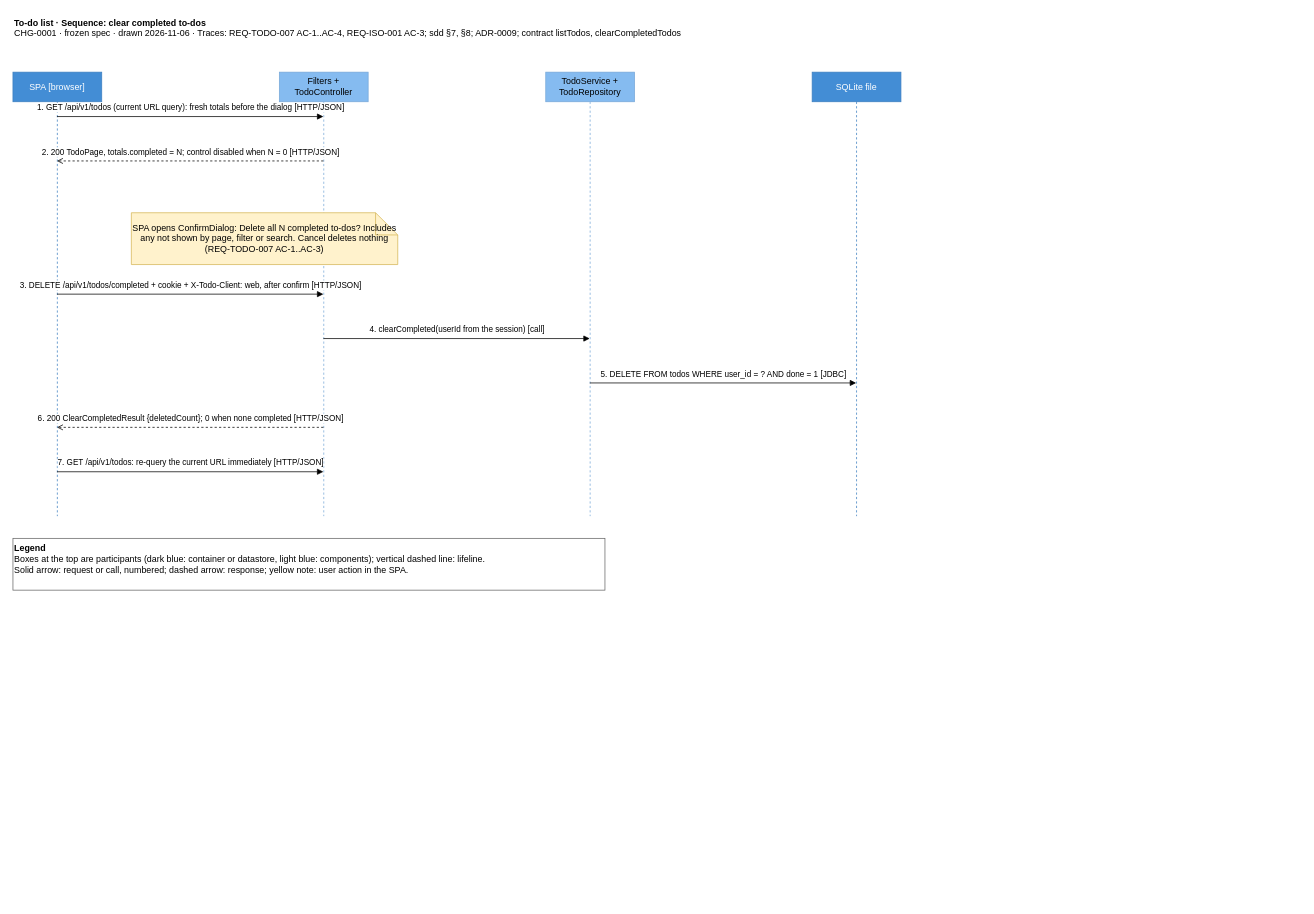
The draw.io diagram docs/specs/CHG-0001/design/architecture/seq-clear-completed.drawio in alokkulkarni/testharness2, before the edit. Source tidied: cells renumbered, new cells numbered last; positions are measured from the earlier drawing's top-left corner, leaving out a move shared by most shapes. Both pictures are drawn from the tidied source at 74%, with x=0, y=0 at pixel (13, 13).
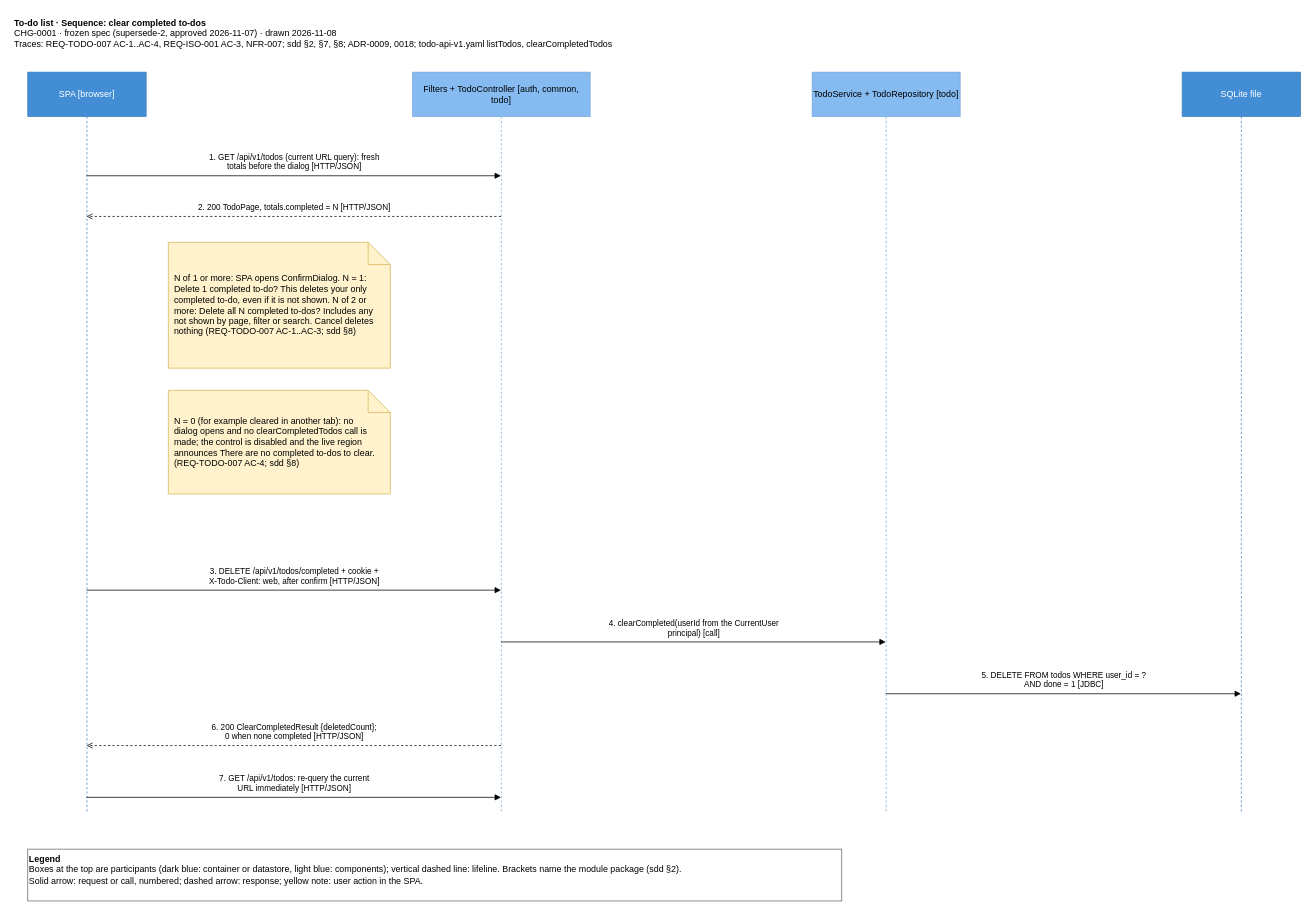
Above is the later version.

Change to the diagram source:
```diff
@@
 <mxGraphModel>
   <root>
     <mxCell id="0" />
     <mxCell id="1" parent="0" />
-    <mxCell id="2" value="&lt;b&gt;To-do list · Sequence: clear completed to-dos&lt;/b&gt;&lt;br&gt;CHG-0001 · frozen spec · drawn 2026-11-06 · Traces: REQ-TODO-007 AC-1..AC-4, REQ-ISO-001 AC-3; sdd §7, §8; ADR-0009; contract listTodos, clearCompletedTodos" style="text;html=1;align=left;verticalAlign=top;whiteSpace=wrap;" parent="1" vertex="1">
-      <mxGeometry width="1200" height="50" as="geometry" />
+    <mxCell id="2" value="&lt;b&gt;To-do list · Sequence: clear completed to-dos&lt;/b&gt;&lt;br&gt;CHG-0001 · frozen spec (supersede-2, approved 2026-11-07) · drawn 2026-11-08&lt;br&gt;Traces: REQ-TODO-007 AC-1..AC-4, REQ-ISO-001 AC-3, NFR-007; sdd §2, §7, §8; ADR-0009, 0018; todo-api-v1.yaml listTodos, clearCompletedTodos" style="text;harness=title;html=1;align=left;verticalAlign=top;whiteSpace=wrap;" parent="1" vertex="1">
+      <mxGeometry width="1200" height="70" as="geometry" />
     </mxCell>
-    <mxCell id="3" value="SPA [browser]" style="shape=umlLifeline;perimeter=lifelinePerimeter;whiteSpace=wrap;html=1;outlineConnect=0;fillColor=#438DD5;strokeColor=#3C7FC0;fontColor=#FFFFFF;" parent="1" vertex="1">
-      <mxGeometry y="80" width="120" height="600" as="geometry" />
+    <mxCell id="3" value="SPA [browser]" style="shape=umlLifeline;perimeter=lifelinePerimeter;whiteSpace=wrap;html=1;outlineConnect=0;size=60;fillColor=#438DD5;strokeColor=#3C7FC0;fontColor=#FFFFFF;" parent="1" vertex="1">
+      <mxGeometry x="20" y="80" width="160" height="1000" as="geometry" />
     </mxCell>
-    <mxCell id="4" value="Filters + TodoController" style="shape=umlLifeline;perimeter=lifelinePerimeter;whiteSpace=wrap;html=1;outlineConnect=0;fillColor=#85BBF0;strokeColor=#78A8D8;" parent="1" vertex="1">
-      <mxGeometry x="360" y="80" width="120" height="600" as="geometry" />
+    <mxCell id="4" value="Filters + TodoController [auth, common, todo]" style="shape=umlLifeline;perimeter=lifelinePerimeter;whiteSpace=wrap;html=1;outlineConnect=0;size=60;fillColor=#85BBF0;strokeColor=#78A8D8;" parent="1" vertex="1">
+      <mxGeometry x="540" y="80" width="240" height="1000" as="geometry" />
     </mxCell>
-    <mxCell id="5" value="TodoService + TodoRepository" style="shape=umlLifeline;perimeter=lifelinePerimeter;whiteSpace=wrap;html=1;outlineConnect=0;fillColor=#85BBF0;strokeColor=#78A8D8;" parent="1" vertex="1">
-      <mxGeometry x="720" y="80" width="120" height="600" as="geometry" />
+    <mxCell id="5" value="TodoService + TodoRepository [todo]" style="shape=umlLifeline;perimeter=lifelinePerimeter;whiteSpace=wrap;html=1;outlineConnect=0;size=60;fillColor=#85BBF0;strokeColor=#78A8D8;" parent="1" vertex="1">
+      <mxGeometry x="1080" y="80" width="200" height="1000" as="geometry" />
     </mxCell>
-    <mxCell id="6" value="SQLite file" style="shape=umlLifeline;perimeter=lifelinePerimeter;whiteSpace=wrap;html=1;outlineConnect=0;fillColor=#438DD5;strokeColor=#3C7FC0;fontColor=#FFFFFF;" parent="1" vertex="1">
-      <mxGeometry x="1080" y="80" width="120" height="600" as="geometry" />
+    <mxCell id="6" value="SQLite file" style="shape=umlLifeline;perimeter=lifelinePerimeter;whiteSpace=wrap;html=1;outlineConnect=0;size=60;fillColor=#438DD5;strokeColor=#3C7FC0;fontColor=#FFFFFF;" parent="1" vertex="1">
+      <mxGeometry x="1580" y="80" width="160" height="1000" as="geometry" />
     </mxCell>
-    <mxCell id="7" value="1. GET /api/v1/todos (current URL query): fresh totals before the dialog [HTTP/JSON]" style="html=1;endArrow=block;verticalAlign=bottom;spacingBottom=3;exitX=0.5;exitY=0.1;entryX=0.5;entryY=0.1;" parent="1" edge="1" source="3" target="4">
-      <mxGeometry relative="1" as="geometry" />
-    </mxCell>
-    <mxCell id="8" value="2. 200 TodoPage, totals.completed = N; control disabled when N = 0 [HTTP/JSON]" style="html=1;endArrow=open;dashed=1;verticalAlign=bottom;spacingBottom=3;exitX=0.5;exitY=0.2;entryX=0.5;entryY=0.2;" parent="1" edge="1" source="4" target="3">
+    <mxCell id="8" value="1. GET /api/v1/todos (current URL query): fresh&lt;br&gt;totals before the dialog [HTTP/JSON]" style="html=1;endArrow=block;verticalAlign=bottom;spacingBottom=3;exitX=0.5;exitY=0.14;entryX=0.5;entryY=0.14;" parent="1" edge="1" source="3" target="4">
       <mxGeometry relative="1" as="geometry" />
     </mxCell>
+    <mxCell id="10" value="2. 200 TodoPage, totals.completed = N [HTTP/JSON]" style="html=1;endArrow=open;dashed=1;verticalAlign=bottom;spacingBottom=3;exitX=0.5;exitY=0.195;entryX=0.5;entryY=0.195;" parent="1" edge="1" source="4" target="3">
+      <mxGeometry relative="1" as="geometry" />
+    </mxCell>
-    <mxCell id="9" value="SPA opens ConfirmDialog: Delete all N completed to-dos? Includes any not shown by page, filter or search. Cancel deletes nothing (REQ-TODO-007 AC-1..AC-3)" style="shape=note;whiteSpace=wrap;html=1;fillColor=#FFF2CC;strokeColor=#D6B656;" parent="1" vertex="1">
-      <mxGeometry x="160" y="270" width="360" height="70" as="geometry" />
+    <mxCell id="9" value="N of 1 or more: SPA opens ConfirmDialog. N = 1: Delete 1 completed to-do? This deletes your only completed to-do, even if it is not shown. N of 2 or more: Delete all N completed to-dos? Includes any not shown by page, filter or search. Cancel deletes nothing (REQ-TODO-007 AC-1..AC-3; sdd §8)" style="shape=note;whiteSpace=wrap;html=1;fillColor=#FFF2CC;strokeColor=#D6B656;align=left;spacingLeft=6;spacingRight=16;" parent="1" vertex="1">
+      <mxGeometry x="210" y="310" width="300" height="170" as="geometry" />
     </mxCell>
-    <mxCell id="10" value="3. DELETE /api/v1/todos/completed + cookie + X-Todo-Client: web, after confirm [HTTP/JSON]" style="html=1;endArrow=block;verticalAlign=bottom;spacingBottom=3;exitX=0.5;exitY=0.5;entryX=0.5;entryY=0.5;" parent="1" edge="1" source="3" target="4">
-      <mxGeometry relative="1" as="geometry" />
-    </mxCell>
+    <mxCell id="16" value="N = 0 (for example cleared in another tab): no dialog opens and no clearCompletedTodos call is made; the control is disabled and the live region announces There are no completed to-dos to clear. (REQ-TODO-007 AC-4; sdd §8)" style="shape=note;whiteSpace=wrap;html=1;fillColor=#FFF2CC;strokeColor=#D6B656;align=left;spacingLeft=6;spacingRight=16;" parent="1" vertex="1">
+      <mxGeometry x="210" y="510" width="300" height="140" as="geometry" />
+    </mxCell>
-    <mxCell id="11" value="4. clearCompleted(userId from the session) [call]" style="html=1;endArrow=block;verticalAlign=bottom;spacingBottom=3;exitX=0.5;exitY=0.6;entryX=0.5;entryY=0.6;" parent="1" edge="1" source="4" target="5">
+    <mxCell id="11" value="3. DELETE /api/v1/todos/completed + cookie +&lt;br&gt;X-Todo-Client: web, after confirm [HTTP/JSON]" style="html=1;endArrow=block;verticalAlign=bottom;spacingBottom=3;exitX=0.5;exitY=0.7;entryX=0.5;entryY=0.7;" parent="1" edge="1" source="3" target="4">
       <mxGeometry relative="1" as="geometry" />
     </mxCell>
-    <mxCell id="12" value="5. DELETE FROM todos WHERE user_id = ? AND done = 1 [JDBC]" style="html=1;endArrow=block;verticalAlign=bottom;spacingBottom=3;exitX=0.5;exitY=0.7;entryX=0.5;entryY=0.7;" parent="1" edge="1" source="5" target="6">
+    <mxCell id="12" value="4. clearCompleted(userId from the CurrentUser&lt;br&gt;principal) [call]" style="html=1;endArrow=block;verticalAlign=bottom;spacingBottom=3;exitX=0.5;exitY=0.77;entryX=0.5;entryY=0.77;" parent="1" edge="1" source="4" target="5">
       <mxGeometry relative="1" as="geometry" />
     </mxCell>
-    <mxCell id="13" value="6. 200 ClearCompletedResult {deletedCount}; 0 when none completed [HTTP/JSON]" style="html=1;endArrow=open;dashed=1;verticalAlign=bottom;spacingBottom=3;exitX=0.5;exitY=0.8;entryX=0.5;entryY=0.8;" parent="1" edge="1" source="4" target="3">
+    <mxCell id="13" value="5. DELETE FROM todos WHERE user_id = ?&lt;br&gt;AND done = 1 [JDBC]" style="html=1;endArrow=block;verticalAlign=bottom;spacingBottom=3;exitX=0.5;exitY=0.84;entryX=0.5;entryY=0.84;" parent="1" edge="1" source="5" target="6">
       <mxGeometry relative="1" as="geometry" />
     </mxCell>
-    <mxCell id="14" value="7. GET /api/v1/todos: re-query the current URL immediately [HTTP/JSON]" style="html=1;endArrow=block;verticalAlign=bottom;spacingBottom=3;exitX=0.5;exitY=0.9;entryX=0.5;entryY=0.9;" parent="1" edge="1" source="3" target="4">
+    <mxCell id="14" value="6. 200 ClearCompletedResult {deletedCount};&lt;br&gt;0 when none completed [HTTP/JSON]" style="html=1;endArrow=open;dashed=1;verticalAlign=bottom;spacingBottom=3;exitX=0.5;exitY=0.91;entryX=0.5;entryY=0.91;" parent="1" edge="1" source="4" target="3">
       <mxGeometry relative="1" as="geometry" />
     </mxCell>
+    <mxCell id="7" value="7. GET /api/v1/todos: re-query the current&lt;br&gt;URL immediately [HTTP/JSON]" style="html=1;endArrow=block;verticalAlign=bottom;spacingBottom=3;exitX=0.5;exitY=0.98;entryX=0.5;entryY=0.98;" parent="1" edge="1" source="3" target="4">
+      <mxGeometry relative="1" as="geometry" />
+    </mxCell>
-    <mxCell id="15" value="&lt;b&gt;Legend&lt;/b&gt;&lt;br&gt;Boxes at the top are participants (dark blue: container or datastore, light blue: components); vertical dashed line: lifeline.&lt;br&gt;Solid arrow: request or call, numbered; dashed arrow: response; yellow note: user action in the SPA." style="text;html=1;align=left;verticalAlign=top;whiteSpace=wrap;strokeColor=#666666;" parent="1" vertex="1">
-      <mxGeometry y="710" width="800" height="70" as="geometry" />
+    <mxCell id="15" value="&lt;b&gt;Legend&lt;/b&gt;&lt;br&gt;Boxes at the top are participants (dark blue: container or datastore, light blue: components); vertical dashed line: lifeline. Brackets name the module package (sdd §2).&lt;br&gt;Solid arrow: request or call, numbered; dashed arrow: response; yellow note: user action in the SPA." style="text;harness=legend;html=1;align=left;verticalAlign=top;whiteSpace=wrap;strokeColor=#666666;" parent="1" vertex="1">
+      <mxGeometry x="20" y="1130" width="1100" height="70" as="geometry" />
     </mxCell>
   </root>
 </mxGraphModel>
```
